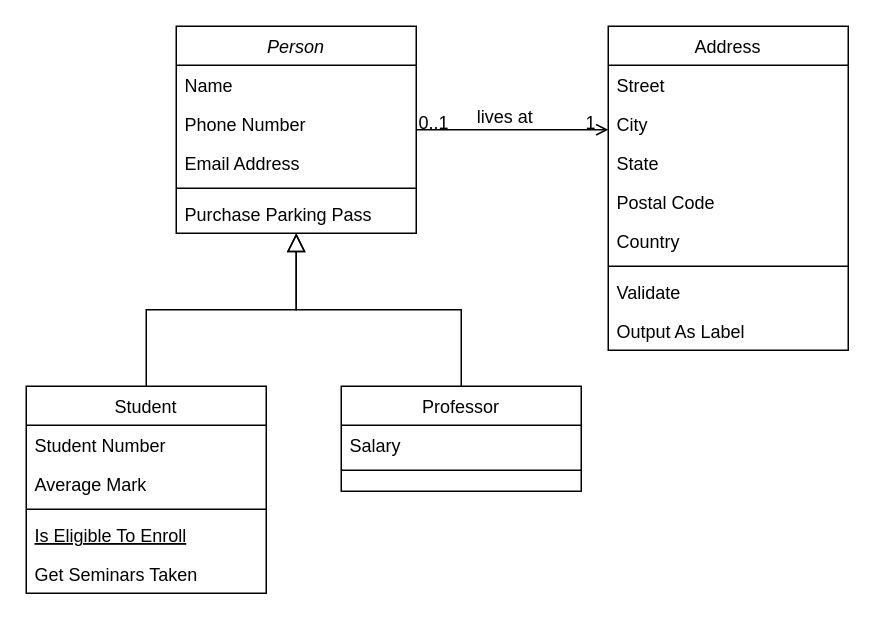
Earlier version of the draw.io diagram Modelagem_Bd_Time_out.drawio (livramos/Time_out-). Source tidied: cells renumbered, new cells numbered last; positions are measured from the earlier drawing's top-left corner, leaving out a move shared by most shapes. Both pictures are drawn from the tidied source at 150%, with x=0, y=0 at pixel (26, 26).
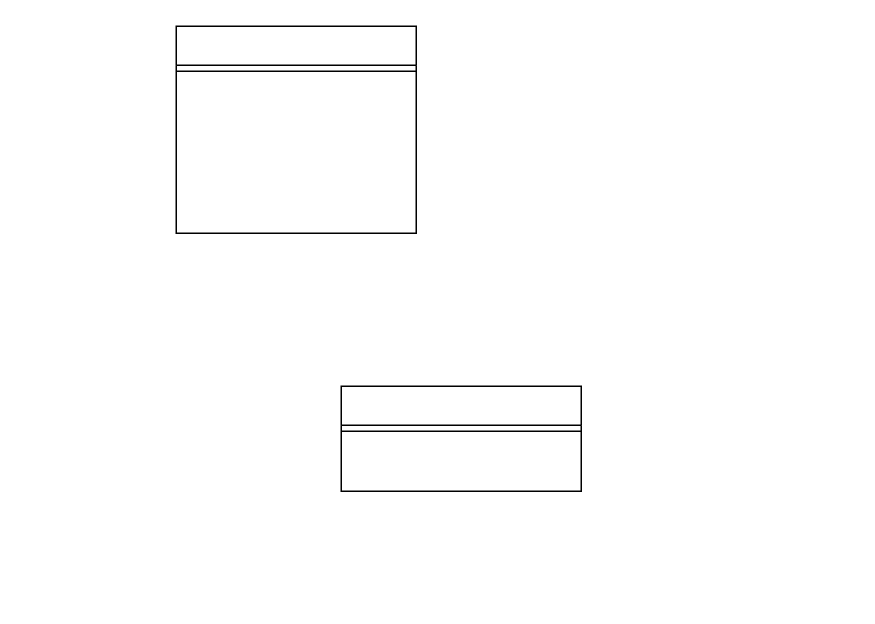
Above is the later version.

What changed in the source:
```diff
@@
-    <mxCell id="2" value="Person" style="swimlane;fontStyle=2;align=center;verticalAlign=top;horizontal=1;startSize=26;rounded=0;shadow=0;strokeWidth=1;" parent="1" vertex="1">
+    <mxCell id="2" style="swimlane;fontStyle=2;align=center;verticalAlign=top;horizontal=1;startSize=26;rounded=0;shadow=0;strokeWidth=1;" parent="1" vertex="1">
       <mxGeometry x="100" width="160" height="138" as="geometry" />
     </mxCell>
-    <mxCell id="3" value="Name" style="text;align=left;verticalAlign=top;spacingLeft=4;spacingRight=4;overflow=hidden;" parent="2" vertex="1">
-      <mxGeometry y="26" width="160" height="26" as="geometry" />
-    </mxCell>
-    <mxCell id="4" value="Phone Number" style="text;align=left;verticalAlign=top;spacingLeft=4;spacingRight=4;overflow=hidden;rounded=0;shadow=0;html=0;" parent="2" vertex="1">
-      <mxGeometry y="52" width="160" height="26" as="geometry" />
-    </mxCell>
-    <mxCell id="5" value="Email Address" style="text;align=left;verticalAlign=top;spacingLeft=4;spacingRight=4;overflow=hidden;rounded=0;shadow=0;html=0;" parent="2" vertex="1">
-      <mxGeometry y="78" width="160" height="26" as="geometry" />
-    </mxCell>
     <mxCell id="6" style="line;html=1;strokeWidth=1;align=left;verticalAlign=middle;spacingTop=-1;spacingLeft=3;spacingRight=3;labelPosition=right;" parent="2" vertex="1">
-      <mxGeometry y="104" width="160" height="8" as="geometry" />
+      <mxGeometry y="26" width="160" height="8" as="geometry" />
     </mxCell>
-    <mxCell id="7" value="Purchase Parking Pass" style="text;align=left;verticalAlign=top;spacingLeft=4;spacingRight=4;overflow=hidden;" parent="2" vertex="1">
-      <mxGeometry y="112" width="160" height="26" as="geometry" />
-    </mxCell>
-    <mxCell id="8" value="Student" style="swimlane;fontStyle=0;align=center;verticalAlign=top;horizontal=1;startSize=26;rounded=0;shadow=0;strokeWidth=1;" parent="1" vertex="1">
-      <mxGeometry y="240" width="160" height="138" as="geometry" />
-    </mxCell>
-    <mxCell id="9" value="Student Number" style="text;align=left;verticalAlign=top;spacingLeft=4;spacingRight=4;overflow=hidden;" parent="8" vertex="1">
-      <mxGeometry y="26" width="160" height="26" as="geometry" />
-    </mxCell>
-    <mxCell id="10" value="Average Mark" style="text;align=left;verticalAlign=top;spacingLeft=4;spacingRight=4;overflow=hidden;rounded=0;shadow=0;html=0;" parent="8" vertex="1">
-      <mxGeometry y="52" width="160" height="26" as="geometry" />
-    </mxCell>
-    <mxCell id="11" style="line;html=1;strokeWidth=1;align=left;verticalAlign=middle;spacingTop=-1;spacingLeft=3;spacingRight=3;labelPosition=right;" parent="8" vertex="1">
-      <mxGeometry y="78" width="160" height="8" as="geometry" />
-    </mxCell>
-    <mxCell id="12" value="Is Eligible To Enroll" style="text;align=left;verticalAlign=top;spacingLeft=4;spacingRight=4;overflow=hidden;fontStyle=4;" parent="8" vertex="1">
-      <mxGeometry y="86" width="160" height="26" as="geometry" />
-    </mxCell>
-    <mxCell id="13" value="Get Seminars Taken" style="text;align=left;verticalAlign=top;spacingLeft=4;spacingRight=4;overflow=hidden;" parent="8" vertex="1">
-      <mxGeometry y="112" width="160" height="26" as="geometry" />
-    </mxCell>
-    <mxCell id="14" style="endArrow=block;endSize=10;endFill=0;shadow=0;strokeWidth=1;rounded=0;curved=0;edgeStyle=elbowEdgeStyle;elbow=vertical;" parent="1" edge="1" source="8" target="2">
-      <mxGeometry relative="1" as="geometry" />
-    </mxCell>
-    <mxCell id="15" value="Professor" style="swimlane;fontStyle=0;align=center;verticalAlign=top;horizontal=1;startSize=26;rounded=0;shadow=0;strokeWidth=1;" parent="1" vertex="1">
+    <mxCell id="15" style="swimlane;fontStyle=0;align=center;verticalAlign=top;horizontal=1;startSize=26;rounded=0;shadow=0;strokeWidth=1;" parent="1" vertex="1">
       <mxGeometry x="210" y="240" width="160" height="70" as="geometry" />
     </mxCell>
-    <mxCell id="16" value="Salary" style="text;align=left;verticalAlign=top;spacingLeft=4;spacingRight=4;overflow=hidden;" parent="15" vertex="1">
-      <mxGeometry y="26" width="160" height="26" as="geometry" />
-    </mxCell>
     <mxCell id="17" style="line;html=1;strokeWidth=1;align=left;verticalAlign=middle;spacingTop=-1;spacingLeft=3;spacingRight=3;labelPosition=right;" parent="15" vertex="1">
-      <mxGeometry y="52" width="160" height="8" as="geometry" />
+      <mxGeometry y="26" width="160" height="8" as="geometry" />
     </mxCell>
-    <mxCell id="18" style="endArrow=block;endSize=10;endFill=0;shadow=0;strokeWidth=1;rounded=0;curved=0;edgeStyle=elbowEdgeStyle;elbow=vertical;" parent="1" edge="1" source="15" target="2">
-      <mxGeometry relative="1" as="geometry" />
-    </mxCell>
-    <mxCell id="19" value="Address" style="swimlane;fontStyle=0;align=center;verticalAlign=top;horizontal=1;startSize=26;rounded=0;shadow=0;strokeWidth=1;" parent="1" vertex="1">
-      <mxGeometry x="388" width="160" height="216" as="geometry" />
-    </mxCell>
-    <mxCell id="20" value="Street" style="text;align=left;verticalAlign=top;spacingLeft=4;spacingRight=4;overflow=hidden;" parent="19" vertex="1">
-      <mxGeometry y="26" width="160" height="26" as="geometry" />
-    </mxCell>
-    <mxCell id="21" value="City" style="text;align=left;verticalAlign=top;spacingLeft=4;spacingRight=4;overflow=hidden;rounded=0;shadow=0;html=0;" parent="19" vertex="1">
-      <mxGeometry y="52" width="160" height="26" as="geometry" />
-    </mxCell>
-    <mxCell id="22" value="State" style="text;align=left;verticalAlign=top;spacingLeft=4;spacingRight=4;overflow=hidden;rounded=0;shadow=0;html=0;" parent="19" vertex="1">
-      <mxGeometry y="78" width="160" height="26" as="geometry" />
-    </mxCell>
-    <mxCell id="23" value="Postal Code" style="text;align=left;verticalAlign=top;spacingLeft=4;spacingRight=4;overflow=hidden;rounded=0;shadow=0;html=0;" parent="19" vertex="1">
-      <mxGeometry y="104" width="160" height="26" as="geometry" />
-    </mxCell>
-    <mxCell id="24" value="Country" style="text;align=left;verticalAlign=top;spacingLeft=4;spacingRight=4;overflow=hidden;rounded=0;shadow=0;html=0;" parent="19" vertex="1">
-      <mxGeometry y="130" width="160" height="26" as="geometry" />
-    </mxCell>
-    <mxCell id="25" style="line;html=1;strokeWidth=1;align=left;verticalAlign=middle;spacingTop=-1;spacingLeft=3;spacingRight=3;labelPosition=right;" parent="19" vertex="1">
-      <mxGeometry y="156" width="160" height="8" as="geometry" />
-    </mxCell>
-    <mxCell id="26" value="Validate" style="text;align=left;verticalAlign=top;spacingLeft=4;spacingRight=4;overflow=hidden;" parent="19" vertex="1">
-      <mxGeometry y="164" width="160" height="26" as="geometry" />
-    </mxCell>
-    <mxCell id="27" value="Output As Label" style="text;align=left;verticalAlign=top;spacingLeft=4;spacingRight=4;overflow=hidden;" parent="19" vertex="1">
-      <mxGeometry y="190" width="160" height="26" as="geometry" />
-    </mxCell>
-    <mxCell id="28" style="endArrow=open;shadow=0;strokeWidth=1;rounded=0;curved=0;endFill=1;edgeStyle=elbowEdgeStyle;elbow=vertical;" parent="1" edge="1" source="2" target="19">
-      <mxGeometry x="0.5" y="41" relative="1" as="geometry">
-        <mxPoint x="-40" y="32" as="offset" />
-      </mxGeometry>
-    </mxCell>
-    <mxCell id="29" value="0..1" style="align=left;verticalAlign=bottom;labelBackgroundColor=none;fontSize=12;" parent="28" vertex="1">
-      <mxGeometry x="-1" relative="1" as="geometry">
-        <mxPoint y="4" as="offset" />
-      </mxGeometry>
-    </mxCell>
-    <mxCell id="30" value="1" style="align=right;verticalAlign=bottom;labelBackgroundColor=none;fontSize=12;" parent="28" vertex="1">
-      <mxGeometry x="1" relative="1" as="geometry">
-        <mxPoint x="-7" y="4" as="offset" />
-      </mxGeometry>
-    </mxCell>
-    <mxCell id="31" value="lives at" style="text;html=1;align=center;verticalAlign=middle;labelBackgroundColor=none;rounded=0;shadow=0;strokeWidth=1;fontSize=12;" parent="28" vertex="1">
-      <mxGeometry x="0.5" y="49" relative="1" as="geometry">
-        <mxPoint x="-38" y="40" as="offset" />
-      </mxGeometry>
-    </mxCell>
```
